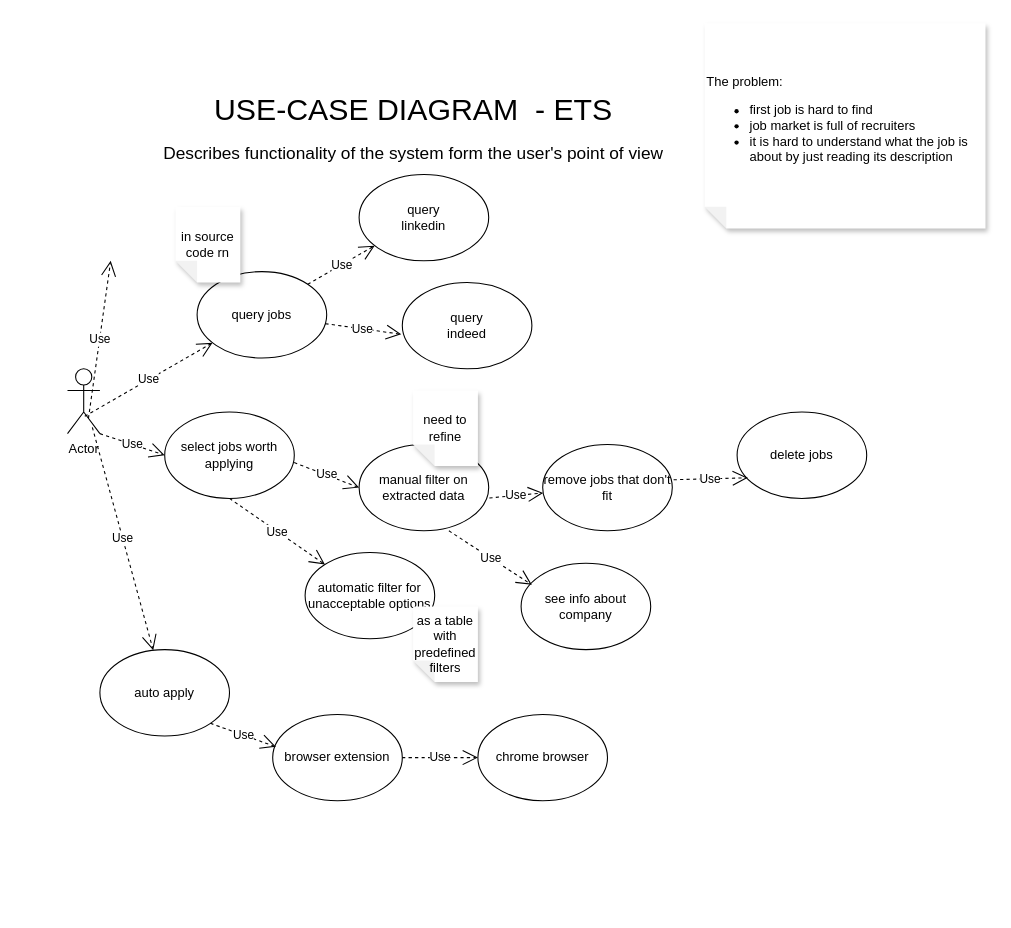
This is page "USE-CASE" (2 of 2) of Diagram.drawio from vadzimk/bas, a draw.io file, before an edit. Source tidied: cells renumbered, new cells numbered last; positions are measured from the earlier drawing's top-left corner, leaving out a move shared by most shapes. Both pictures are drawn from the tidied source at 108%, with x=0, y=0 at pixel (67, 23).
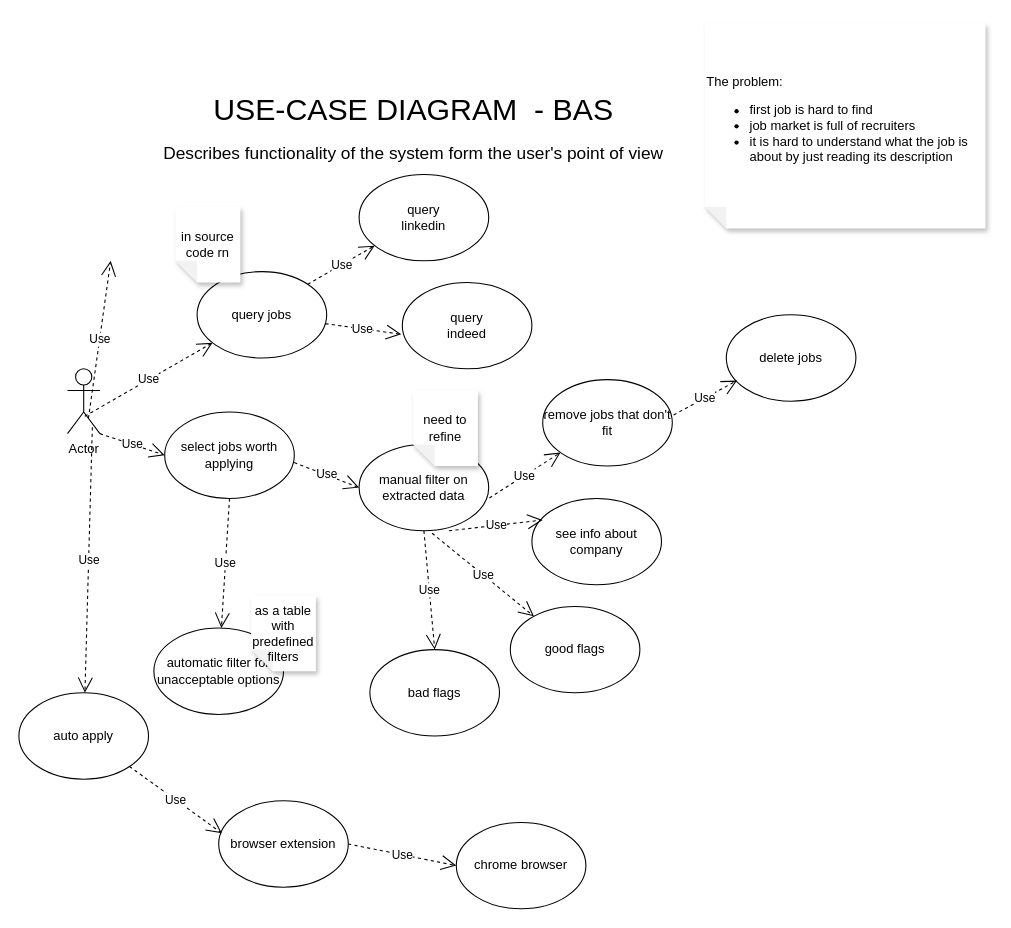
Above is the later version.

Unchanged cells that the change refers to:
```xml
<mxCell id="9" value="manual filter on extracted data" style="ellipse;whiteSpace=wrap;html=1;" parent="1" vertex="1">
  <mxGeometry x="270" y="390" width="120" height="80" as="geometry" />
</mxCell>
```

Diff of the diagram source:
```diff
@@
     <mxCell id="11" value="delete jobs" style="ellipse;whiteSpace=wrap;html=1;" parent="1" vertex="1">
-      <mxGeometry x="620" y="360" width="120" height="80" as="geometry" />
+      <mxGeometry x="610" y="270" width="120" height="80" as="geometry" />
     </mxCell>
@@
     <mxCell id="13" value="remove jobs that don't fit" style="ellipse;whiteSpace=wrap;html=1;" parent="1" vertex="1">
-      <mxGeometry x="440" y="390" width="120" height="80" as="geometry" />
+      <mxGeometry x="440" y="330" width="120" height="80" as="geometry" />
     </mxCell>
@@
     <mxCell id="16" value="see info about company" style="ellipse;whiteSpace=wrap;html=1;" parent="1" vertex="1">
-      <mxGeometry x="420" y="500" width="120" height="80" as="geometry" />
+      <mxGeometry x="430" y="440" width="120" height="80" as="geometry" />
     </mxCell>
@@
     <mxCell id="20" value="auto apply" style="ellipse;whiteSpace=wrap;html=1;" parent="1" vertex="1">
-      <mxGeometry x="30" y="580" width="120" height="80" as="geometry" />
+      <mxGeometry x="-45" y="620" width="120" height="80" as="geometry" />
     </mxCell>
@@
-    <mxCell id="22" value="USE-CASE DIAGRAM&amp;nbsp; - ETS" style="text;html=1;align=center;verticalAlign=middle;fillColor=none;strokeColor=none;rounded=0;fontSize=28;" parent="1" vertex="1">
-      <mxGeometry x="130" y="60" width="380" height="40" as="geometry" />
+    <mxCell id="22" value="USE-CASE DIAGRAM&amp;nbsp; - BAS" style="text;html=1;align=center;verticalAlign=middle;fillColor=none;strokeColor=none;rounded=0;fontSize=28;" parent="1" vertex="1">
+      <mxGeometry x="125" y="60" width="390" height="40" as="geometry" />
     </mxCell>
@@
     <mxCell id="24" value="browser extension" style="ellipse;whiteSpace=wrap;html=1;hachureGap=4;" parent="1" vertex="1">
-      <mxGeometry x="190" y="640" width="120" height="80" as="geometry" />
+      <mxGeometry x="140" y="720" width="120" height="80" as="geometry" />
     </mxCell>
     <mxCell id="25" value="chrome browser" style="ellipse;whiteSpace=wrap;html=1;hachureGap=4;" parent="1" vertex="1">
-      <mxGeometry x="380" y="640" width="120" height="80" as="geometry" />
+      <mxGeometry x="360" y="740" width="120" height="80" as="geometry" />
     </mxCell>
@@
     <mxCell id="28" value="automatic filter for unacceptable options" style="ellipse;whiteSpace=wrap;html=1;hachureGap=4;" parent="1" vertex="1">
-      <mxGeometry x="220" y="490" width="120" height="80" as="geometry" />
+      <mxGeometry x="80" y="560" width="120" height="80" as="geometry" />
     </mxCell>
@@
     <mxCell id="32" value="as a table with predefined filters" style="shape=note;whiteSpace=wrap;html=1;backgroundOutline=1;fontColor=#000000;darkOpacity=0.05;fillColor=default;strokeColor=none;fillStyle=solid;direction=west;gradientDirection=north;gradientColor=#ffffff;shadow=1;size=20;hachureGap=4;" parent="1" vertex="1">
-      <mxGeometry x="320" y="540" width="60" height="70" as="geometry" />
+      <mxGeometry x="170" y="530" width="60" height="70" as="geometry" />
     </mxCell>
@@
+    <mxCell id="34" value="good flags" style="ellipse;whiteSpace=wrap;html=1;hachureGap=4;" parent="1" vertex="1">
+      <mxGeometry x="410" y="540" width="120" height="80" as="geometry" />
+    </mxCell>
+    <mxCell id="35" value="bad flags" style="ellipse;whiteSpace=wrap;html=1;hachureGap=4;" parent="1" vertex="1">
+      <mxGeometry x="280" y="580" width="120" height="80" as="geometry" />
+    </mxCell>
+    <mxCell id="36" value="Use" style="endArrow=open;endSize=12;dashed=1;html=1;rounded=0;exitX=0.563;exitY=1.028;exitDx=0;exitDy=0;exitPerimeter=0;" parent="1" edge="1" source="9" target="34">
+      <mxGeometry relative="1" as="geometry" />
+    </mxCell>
+    <mxCell id="37" value="Use" style="endArrow=open;endSize=12;dashed=1;html=1;rounded=0;exitX=0.5;exitY=1;exitDx=0;exitDy=0;entryX=0.5;entryY=0;entryDx=0;entryDy=0;" parent="1" edge="1" source="9" target="35">
+      <mxGeometry relative="1" as="geometry" />
+    </mxCell>
```
